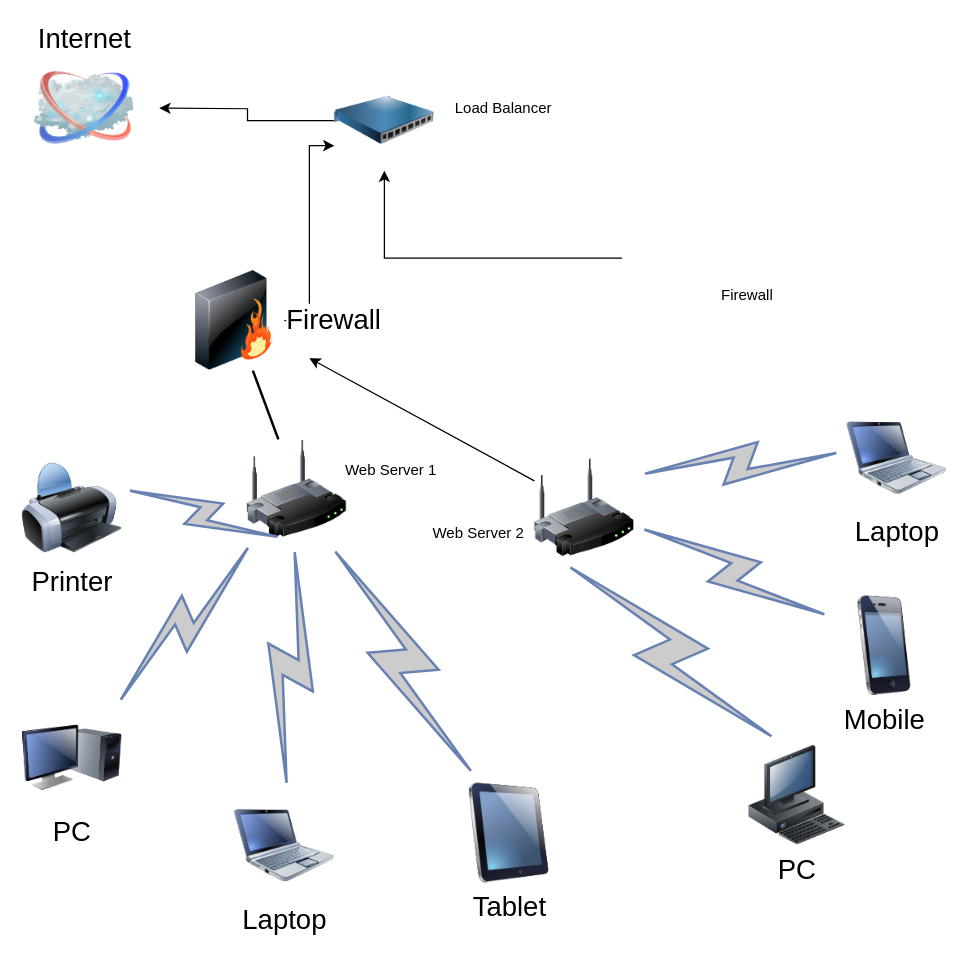
The draw.io diagram Untitled Diagram.drawio in 15Duke99/NetworkSecurity, before the edit. Source tidied: cells renumbered, new cells numbered last; positions are measured from the earlier drawing's top-left corner, leaving out a move shared by most shapes. Both pictures are drawn from the tidied source at 125%, with x=0, y=0 at pixel (21, 58).
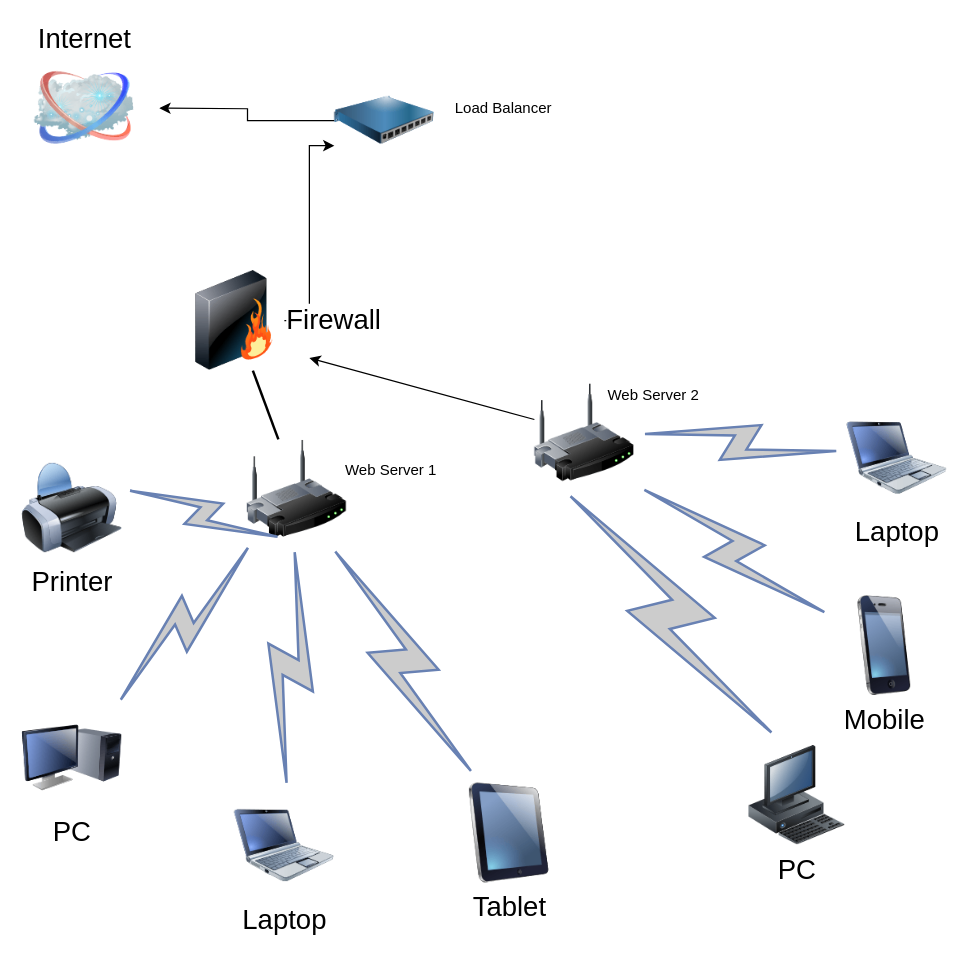
After the change.

Unchanged cells that the change refers to:
```xml
<mxCell id="25" style="image;html=1;image=img/lib/clip_art/networking/power_distribution_unit_128x128.png;" parent="1" vertex="1">
  <mxGeometry x="250" y="10" width="80" height="80" as="geometry" />
</mxCell>
```

What changed in the source:
```diff
@@
     <mxCell id="22" style="image;html=1;image=img/lib/clip_art/networking/Wireless_Router_128x128.png;" parent="1" vertex="1">
-      <mxGeometry x="410" y="320" width="80" height="80" as="geometry" />
+      <mxGeometry x="410" y="260" width="80" height="80" as="geometry" />
     </mxCell>
-    <mxCell id="23" style="edgeStyle=orthogonalEdgeStyle;rounded=0;jettySize=auto;html=1;" parent="1" edge="1" target="25">
-      <mxGeometry relative="1" as="geometry">
-        <mxPoint x="480" y="160" as="sourcePoint" />
-        <Array as="points">
-          <mxPoint x="290" y="160" />
-        </Array>
-      </mxGeometry>
-    </mxCell>
@@
-    <mxCell id="26" value="Load Balancer" style="text;html=1;align=center;verticalAlign=middle;fillColor=none;strokeColor=none;rounded=0;" parent="1" vertex="1">
+    <mxCell id="26" value="Load Balancer" style="text;html=1;align=center;verticalAlign=middle;fillColor=none;strokeColor=none;rounded=0;strokeWidth=1;" parent="1" vertex="1">
       <mxGeometry x="340" y="30" width="90" height="20" as="geometry" />
     </mxCell>
-    <mxCell id="27" value="Firewall" style="text;html=1;align=center;verticalAlign=middle;fillColor=none;strokeColor=none;rounded=0;" parent="1" vertex="1">
-      <mxGeometry x="550" y="180" width="60" height="20" as="geometry" />
-    </mxCell>
@@
     <mxCell id="29" value="Web Server 2" style="text;html=1;align=center;verticalAlign=middle;fillColor=none;strokeColor=none;rounded=0;" parent="1" vertex="1">
-      <mxGeometry x="320" y="370" width="90" height="20" as="geometry" />
+      <mxGeometry x="460" y="260" width="90" height="20" as="geometry" />
     </mxCell>
```
